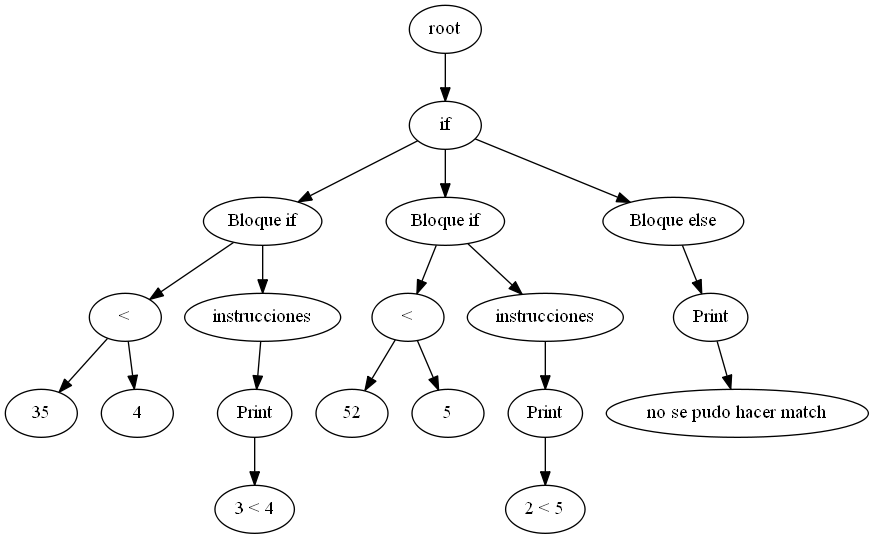
Earlier version of the Graphviz export SoftwareArit/AST.png (EverChicas/ARIT). Its source is kept beside it as SoftwareArit/AST.dot.
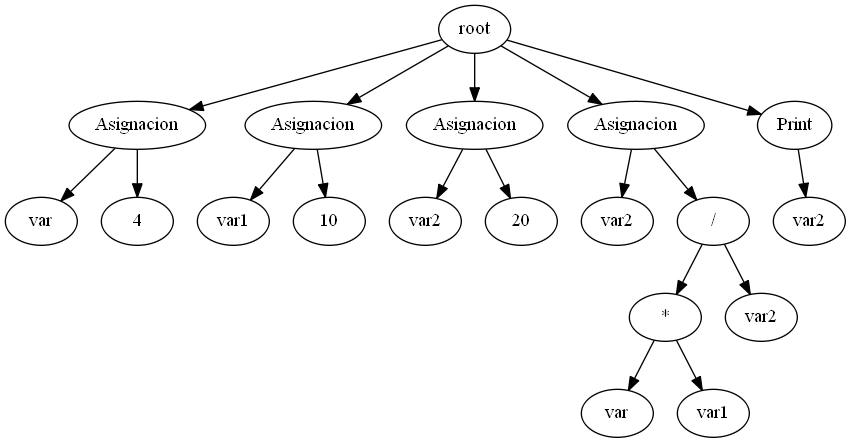
The same diagram one commit later.

Diff of the diagram source:
```diff
@@ -1,44 +1,46 @@
 digraph G{
-20 [label = "root"];
-19[label = "if"];
-1 [label = "35"];
-3 [label = "<"];
+19 [label = "root"];
+2 [label = "var"];
+3 [label = "Asignacion"];
+3 -> 2;
+1 [label = "4"];
+3 [label = "Asignacion"];
 3 -> 1;
-2 [label = "4"];
-3 [label = "<"];
-3 -> 2;
-7 [label = "Bloque if"];
-7 -> 3;
-6[label = "instrucciones"];
-4 [label = "3 < 4"];
-5 [label = "Print"];
-5 -> 4;
+5 [label = "var1"];
+6 [label = "Asignacion"];
 6 -> 5;
-7 [label = "Bloque if"];
-7 -> 6;
-8 [label = "52"];
-10 [label = "<"];
-10 -> 8;
-9 [label = "5"];
-10 [label = "<"];
-10 -> 9;
-14 [label = "Bloque if"];
-14 -> 10;
-13[label = "instrucciones"];
-11 [label = "2 < 5"];
-12 [label = "Print"];
+4 [label = "10"];
+6 [label = "Asignacion"];
+6 -> 4;
+8 [label = "var2"];
+9 [label = "Asignacion"];
+9 -> 8;
+7 [label = "20"];
+9 [label = "Asignacion"];
+9 -> 7;
+15 [label = "var2"];
+16 [label = "Asignacion"];
+16 -> 15;
+10 [label = "var"];
+12 [label = "*"];
+12 -> 10;
+11 [label = "var1"];
+12 [label = "*"];
 12 -> 11;
-13 -> 12;
-14 [label = "Bloque if"];
+14 [label = "/"];
+14 -> 12;
+13 [label = "var2"];
+14 [label = "/"];
 14 -> 13;
-18[label = "Bloque else"];
-15 [label = "no se pudo hacer match"];
-16 [label = "Print"];
-16 -> 15;
-18 -> 16;
-19 -> 7;
-19 -> 14;
+16 [label = "Asignacion"];
+16 -> 14;
+17 [label = "var2"];
+18 [label = "Print"];
+18 -> 17;
+19 -> 3;
+19 -> 6;
+19 -> 9;
+19 -> 16;
 19 -> 18;
-20 -> 19;
 
 }
```
